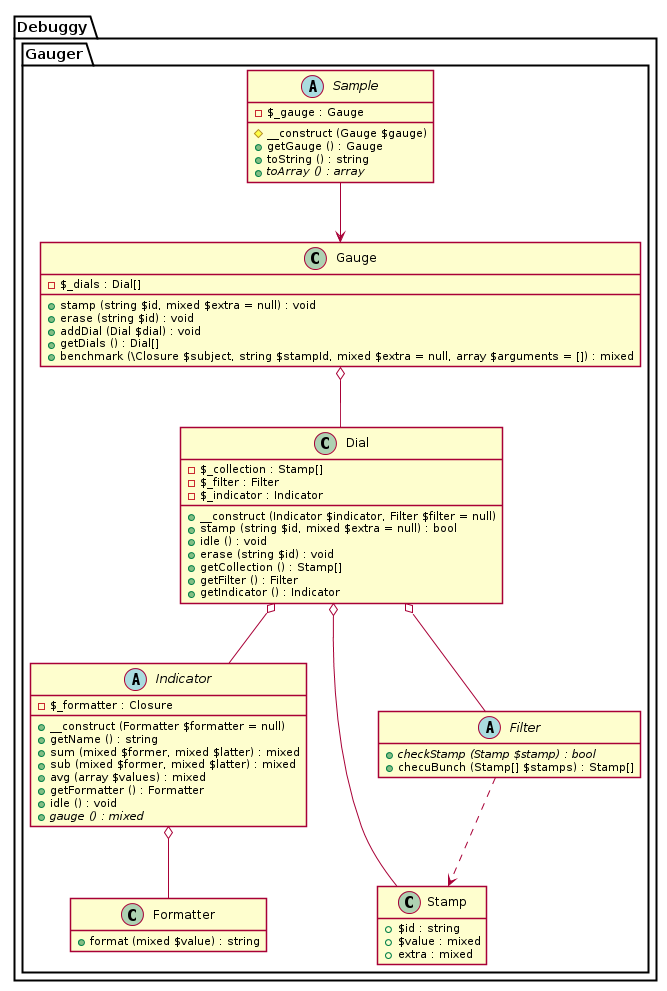
dnsl48/gauger keeps this PlantUML diagram as uml/plantuml/sample.png. Above is the earlier version.
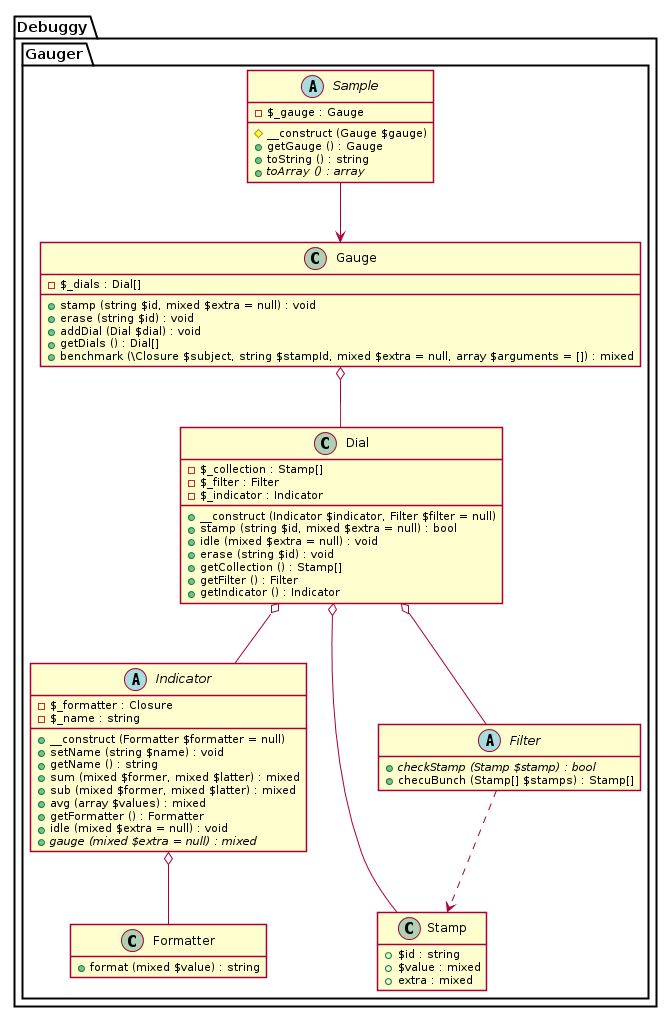
Later version of the same file.

Diff of the diagram source:
```diff
@@ -36,14 +36,16 @@
 	namespace Gauger {
 		abstract class "Indicator" as _Indicator {
 			- $_formatter : Closure
+			- $_name : string
 			+ __construct (Formatter $formatter = null)
+			+ setName (string $name) : void
 			+ getName () : string
 			+ sum (mixed $former, mixed $latter) : mixed
 			+ sub (mixed $former, mixed $latter) : mixed
 			+ avg (array $values) : mixed
 			+ getFormatter () : Formatter
-			+ idle () : void
-			+ {abstract} gauge () : mixed
+			+ idle (mixed $extra = null) : void
+			+ {abstract} gauge (mixed $extra = null) : mixed
 		}
 
 		_Indicator o-- _Formatter
@@ -92,7 +94,7 @@
 			- $_indicator : Indicator
 			+ __construct (Indicator $indicator, Filter $filter = null)
 			+ stamp (string $id, mixed $extra = null) : bool
-			+ idle () : void
+			+ idle (mixed $extra = null) : void
 			+ erase (string $id) : void
 			+ getCollection () : Stamp[]
 			+ getFilter () : Filter
```
